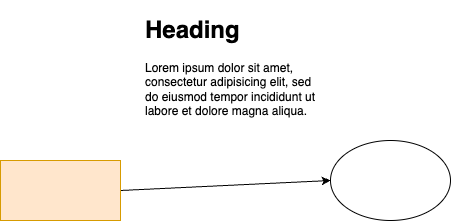
Earlier version of the draw.io export assets/diagrams/test.drawio.png (futurelogxyz/futurelogxyz.github.io). Source tidied: cells renumbered, new cells last; positions are measured from the earlier drawing's top-left corner, leaving out a move shared by most shapes. Source of this version:
```xml
<mxGraphModel background="#ffffff">
  <root>
    <mxCell id="0" />
    <mxCell id="1" parent="0" />
    <mxCell id="2" style="edgeStyle=none;html=1;exitX=1;exitY=0.5;exitDx=0;exitDy=0;entryX=0;entryY=0.5;entryDx=0;entryDy=0;" parent="1" edge="1" source="3" target="4">
      <mxGeometry relative="1" as="geometry" />
    </mxCell>
    <mxCell id="3" style="rounded=0;whiteSpace=wrap;html=1;fillColor=#ffe6cc;strokeColor=#d79b00;" parent="1" vertex="1">
      <mxGeometry y="150" width="120" height="60" as="geometry" />
    </mxCell>
    <mxCell id="4" style="ellipse;whiteSpace=wrap;html=1;" parent="1" vertex="1">
      <mxGeometry x="330" y="130" width="120" height="80" as="geometry" />
    </mxCell>
    <mxCell id="5" value="&lt;h1&gt;Heading&lt;/h1&gt;&lt;p&gt;Lorem ipsum dolor sit amet, consectetur adipisicing elit, sed do eiusmod tempor incididunt ut labore et dolore magna aliqua.&lt;/p&gt;" style="text;html=1;strokeColor=none;fillColor=none;spacing=5;spacingTop=-20;whiteSpace=wrap;overflow=hidden;rounded=0;" parent="1" vertex="1">
      <mxGeometry x="140" width="190" height="120" as="geometry" />
    </mxCell>
  </root>
</mxGraphModel>
```
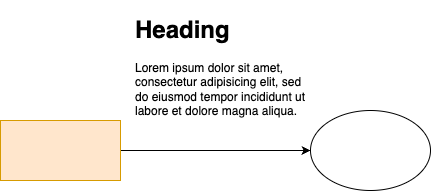
The same diagram one commit later.

What changed in the source:
```diff
@@ -2,17 +2,17 @@
   <root>
     <mxCell id="0" />
     <mxCell id="1" parent="0" />
-    <mxCell id="2" style="edgeStyle=none;html=1;exitX=1;exitY=0.5;exitDx=0;exitDy=0;entryX=0;entryY=0.5;entryDx=0;entryDy=0;" parent="1" edge="1" source="3" target="4">
+    <mxCell id="2" style="edgeStyle=none;html=1;exitX=1;exitY=0.5;exitDx=0;exitDy=0;entryX=0;entryY=0.5;entryDx=0;entryDy=0;flowAnimation=1;" parent="1" edge="1" source="3" target="4">
       <mxGeometry relative="1" as="geometry" />
     </mxCell>
     <mxCell id="3" style="rounded=0;whiteSpace=wrap;html=1;fillColor=#ffe6cc;strokeColor=#d79b00;" parent="1" vertex="1">
       <mxGeometry y="150" width="120" height="60" as="geometry" />
     </mxCell>
     <mxCell id="4" style="ellipse;whiteSpace=wrap;html=1;" parent="1" vertex="1">
-      <mxGeometry x="330" y="130" width="120" height="80" as="geometry" />
+      <mxGeometry x="310" y="140" width="120" height="80" as="geometry" />
     </mxCell>
     <mxCell id="5" value="&lt;h1&gt;Heading&lt;/h1&gt;&lt;p&gt;Lorem ipsum dolor sit amet, consectetur adipisicing elit, sed do eiusmod tempor incididunt ut labore et dolore magna aliqua.&lt;/p&gt;" style="text;html=1;strokeColor=none;fillColor=none;spacing=5;spacingTop=-20;whiteSpace=wrap;overflow=hidden;rounded=0;" parent="1" vertex="1">
-      <mxGeometry x="140" width="190" height="120" as="geometry" />
+      <mxGeometry x="130" y="40" width="190" height="120" as="geometry" />
     </mxCell>
   </root>
 </mxGraphModel>
```
